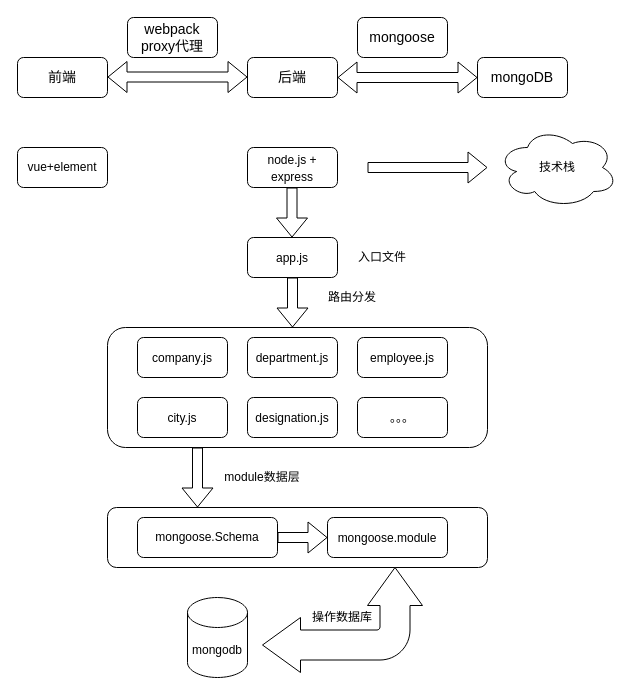
The draw.io diagram page "Page-1" (1 of 2) of Untitled Diagram.drawio in zhuliyan-Juliya/zhuliyan, before the edit. Source tidied: cells renumbered, new cells numbered last; positions are measured from the earlier drawing's top-left corner, leaving out a move shared by most shapes. Both pictures are drawn from the tidied source at 100%, with x=0, y=0 at pixel (17, 17).
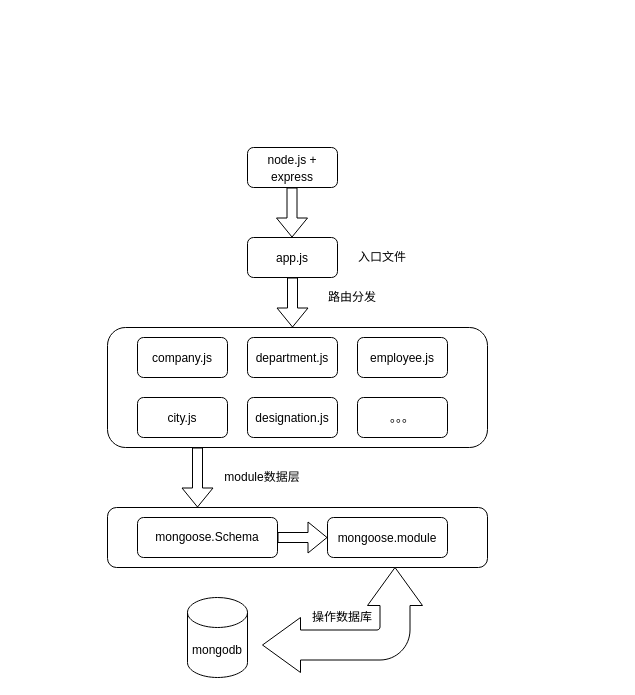
The same page after the edit.

The edit, as a diff of the source:
```diff
@@
-    <mxCell id="2" value="&lt;font style=&quot;font-size: 14px&quot;&gt;前端&lt;/font&gt;" style="rounded=1;whiteSpace=wrap;html=1;" parent="1" vertex="1">
-      <mxGeometry y="40" width="90" height="40" as="geometry" />
-    </mxCell>
-    <mxCell id="3" value="&lt;font style=&quot;font-size: 14px&quot;&gt;mongoDB&lt;br&gt;&lt;/font&gt;" style="rounded=1;whiteSpace=wrap;html=1;" parent="1" vertex="1">
-      <mxGeometry x="460" y="40" width="90" height="40" as="geometry" />
-    </mxCell>
-    <mxCell id="4" value="&lt;font style=&quot;font-size: 14px&quot;&gt;后端&lt;br&gt;&lt;/font&gt;" style="rounded=1;whiteSpace=wrap;html=1;" parent="1" vertex="1">
-      <mxGeometry x="230" y="40" width="90" height="40" as="geometry" />
-    </mxCell>
-    <mxCell id="5" value="&lt;font style=&quot;font-size: 14px&quot;&gt;mongoose&lt;/font&gt;" style="rounded=1;whiteSpace=wrap;html=1;" parent="1" vertex="1">
-      <mxGeometry x="340" width="90" height="40" as="geometry" />
-    </mxCell>
-    <mxCell id="6" value="&lt;span style=&quot;font-size: 14px&quot;&gt;webpack proxy代理&lt;/span&gt;" style="rounded=1;whiteSpace=wrap;html=1;" parent="1" vertex="1">
-      <mxGeometry x="110" width="90" height="40" as="geometry" />
-    </mxCell>
-    <mxCell id="7" value="vue+element" style="rounded=1;whiteSpace=wrap;html=1;" parent="1" vertex="1">
-      <mxGeometry y="130" width="90" height="40" as="geometry" />
-    </mxCell>
@@
-    <mxCell id="10" value="技术栈" style="ellipse;shape=cloud;whiteSpace=wrap;html=1;" parent="1" vertex="1">
-      <mxGeometry x="480" y="110" width="120" height="80" as="geometry" />
-    </mxCell>
-    <mxCell id="11" style="shape=flexArrow;endArrow=classic;html=1;" parent="1" edge="1">
-      <mxGeometry relative="1" as="geometry">
-        <mxPoint x="350" y="150" as="sourcePoint" />
-        <mxPoint x="470" y="150" as="targetPoint" />
-      </mxGeometry>
-    </mxCell>
@@
-    <mxCell id="20" style="shape=flexArrow;endArrow=classic;startArrow=classic;html=1;entryX=0;entryY=0.5;entryDx=0;entryDy=0;exitX=1;exitY=0.5;exitDx=0;exitDy=0;" parent="1" edge="1" source="4" target="3">
-      <mxGeometry relative="1" as="geometry" />
-    </mxCell>
-    <mxCell id="21" style="shape=flexArrow;endArrow=classic;startArrow=classic;html=1;entryX=0;entryY=0.5;entryDx=0;entryDy=0;exitX=1;exitY=0.5;exitDx=0;exitDy=0;" parent="1" edge="1">
-      <mxGeometry relative="1" as="geometry">
-        <mxPoint x="90" y="59.5" as="sourcePoint" />
-        <mxPoint x="230" y="59.5" as="targetPoint" />
-      </mxGeometry>
-    </mxCell>
```
